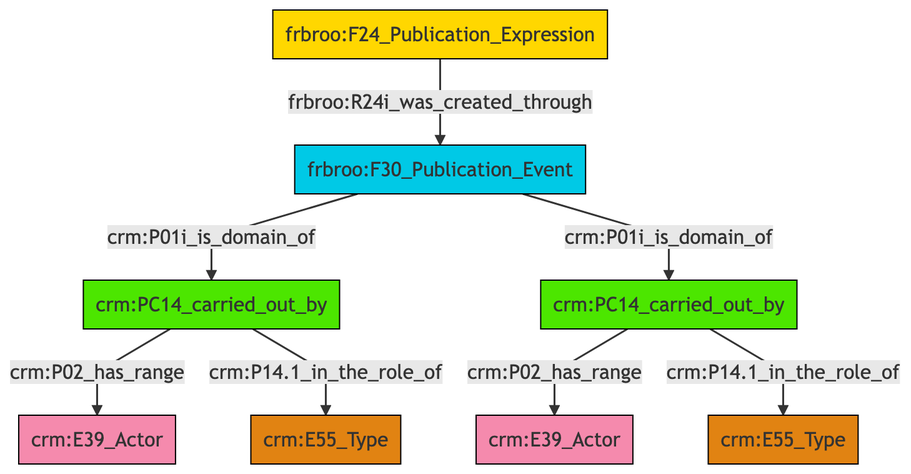
Before: et/biblioCSV/ttl/mmd/png/biblio_actor_relations.png, a diagram exported from Mermaid (ncarboni/srdm). Its source is kept beside it as et/biblioCSV/ttl/mmd/biblio_actor_relations.ttl.mmd. Source of this version:
```mermaid
graph TD
classDef Literal fill:#f2f2f2,stroke:#000000;
classDef CRM_Entity fill:#FFFFFF,stroke:#000000;
classDef Temporal_Entity fill:#00C9E6, stroke:#000000;
classDef Type fill:#E18312, stroke:#000000;
classDef Time-Span fill:#2C9C91, stroke:#000000;
classDef Appellation fill:#FFEB7F, stroke:#000000;
classDef Place fill:#008836, stroke:#000000;
classDef Persistent_Item fill:#B266B2, stroke:#000000;
classDef Conceptual_Object fill:#FFD700, stroke:#000000;
classDef Physical_Thing fill:#D2B48C, stroke:#000000;
classDef Actor fill:#f58aad, stroke:#000000;
classDef PC_Classes fill:#4ce600, stroke:#000000;
classDef Multi fill:#cccccc,stroke:#000000;

0["crm:PC14_carried_out_by"]:::PC_Classes -->|crm:P02_has_range| 1["crm:E39_Actor"]:::Actor
2["frbroo:F24_Publication_Expression"]:::Conceptual_Object -->|frbroo:R24i_was_created_through| 3["frbroo:F30_Publication_Event"]:::Temporal_Entity
0["crm:PC14_carried_out_by"]:::PC_Classes -->|crm:P14.1_in_the_role_of| 4["crm:E55_Type"]:::Type
3["frbroo:F30_Publication_Event"]:::Temporal_Entity -->|crm:P01i_is_domain_of| 0["crm:PC14_carried_out_by"]:::PC_Classes
3["frbroo:F30_Publication_Event"]:::Temporal_Entity -->|crm:P01i_is_domain_of| 8["crm:PC14_carried_out_by"]:::PC_Classes
8["crm:PC14_carried_out_by"]:::PC_Classes -->|crm:P02_has_range| 6["crm:E39_Actor"]:::Actor
8["crm:PC14_carried_out_by"]:::PC_Classes -->|crm:P14.1_in_the_role_of| 11["crm:E55_Type"]:::Type
```
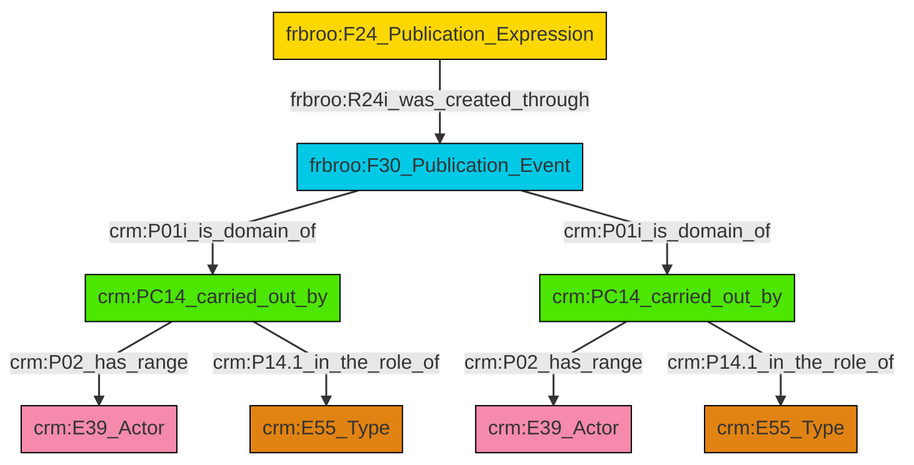
The same file after the commit.

The edit, as a diff of the source:
```diff
@@ -15,8 +15,8 @@
 
 0["crm:PC14_carried_out_by"]:::PC_Classes -->|crm:P02_has_range| 1["crm:E39_Actor"]:::Actor
 2["frbroo:F24_Publication_Expression"]:::Conceptual_Object -->|frbroo:R24i_was_created_through| 3["frbroo:F30_Publication_Event"]:::Temporal_Entity
-0["crm:PC14_carried_out_by"]:::PC_Classes -->|crm:P14.1_in_the_role_of| 4["crm:E55_Type"]:::Type
+3["frbroo:F30_Publication_Event"]:::Temporal_Entity -->|crm:P01i_is_domain_of| 4["crm:PC14_carried_out_by"]:::PC_Classes
+4["crm:PC14_carried_out_by"]:::PC_Classes -->|crm:P02_has_range| 6["crm:E39_Actor"]:::Actor
+4["crm:PC14_carried_out_by"]:::PC_Classes -->|crm:P14.1_in_the_role_of| 8["crm:E55_Type"]:::Type
+0["crm:PC14_carried_out_by"]:::PC_Classes -->|crm:P14.1_in_the_role_of| 9["crm:E55_Type"]:::Type
 3["frbroo:F30_Publication_Event"]:::Temporal_Entity -->|crm:P01i_is_domain_of| 0["crm:PC14_carried_out_by"]:::PC_Classes
-3["frbroo:F30_Publication_Event"]:::Temporal_Entity -->|crm:P01i_is_domain_of| 8["crm:PC14_carried_out_by"]:::PC_Classes
-8["crm:PC14_carried_out_by"]:::PC_Classes -->|crm:P02_has_range| 6["crm:E39_Actor"]:::Actor
-8["crm:PC14_carried_out_by"]:::PC_Classes -->|crm:P14.1_in_the_role_of| 11["crm:E55_Type"]:::Type
```
